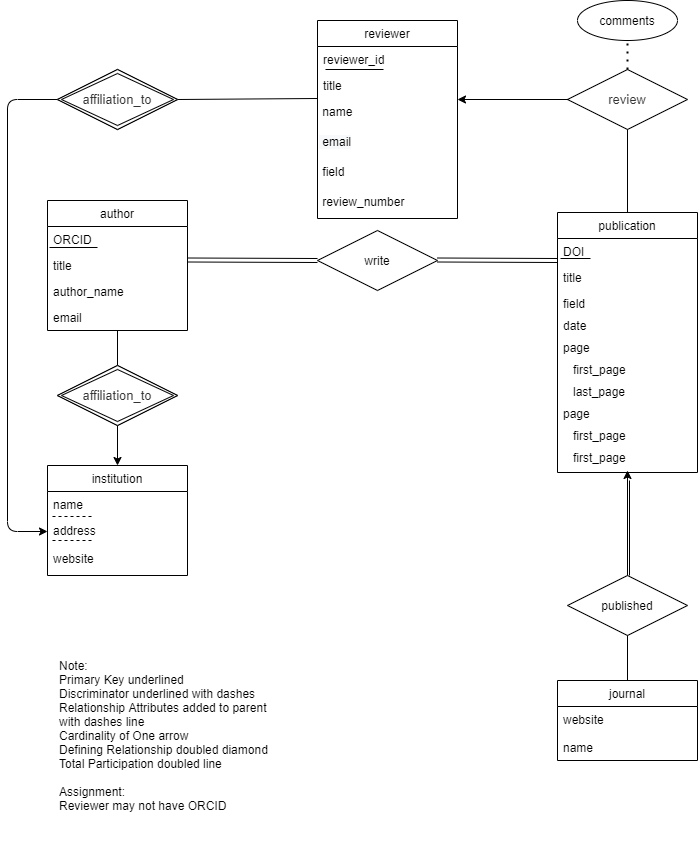
impulseoy/learnGit keeps this draw.io diagram as Untitled Diagram.png. Above is the earlier version. Source tidied: cells renumbered, new cells last; positions are measured from the earlier drawing's top-left corner, leaving out a move shared by most shapes.
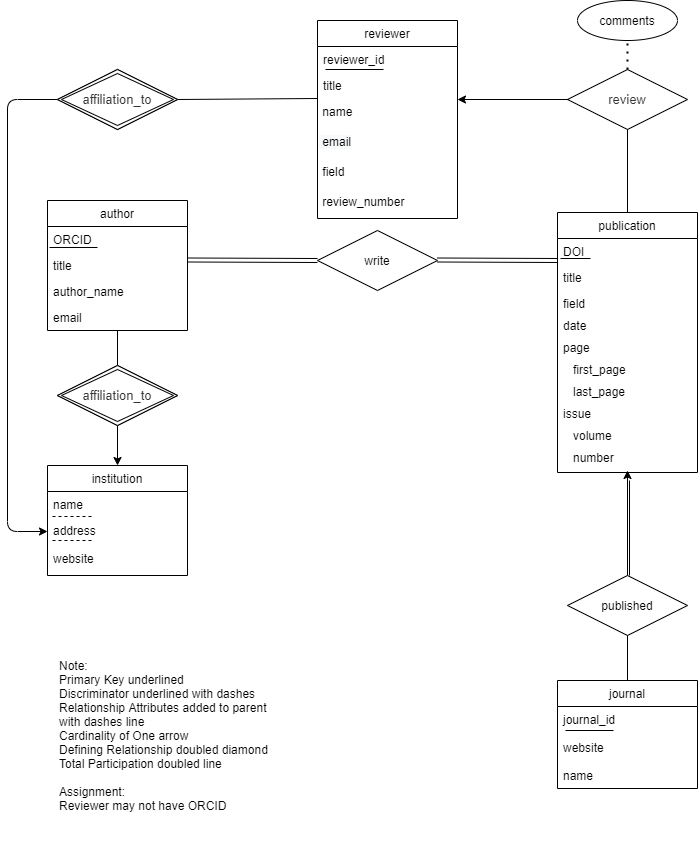
Above is the later version.

The edit, as a diff of the source:
```diff
@@ -32,13 +32,13 @@
     <mxCell id="10" value="   last_page" style="text;strokeColor=none;fillColor=none;align=left;verticalAlign=top;spacingLeft=4;spacingRight=4;overflow=hidden;" parent="2" vertex="1">
       <mxGeometry y="166" width="140" height="22" as="geometry" />
     </mxCell>
-    <mxCell id="11" value="page" style="text;strokeColor=none;fillColor=none;align=left;verticalAlign=top;spacingLeft=4;spacingRight=4;overflow=hidden;" parent="2" vertex="1">
+    <mxCell id="11" value="issue" style="text;strokeColor=none;fillColor=none;align=left;verticalAlign=top;spacingLeft=4;spacingRight=4;overflow=hidden;" parent="2" vertex="1">
       <mxGeometry y="188" width="140" height="22" as="geometry" />
     </mxCell>
-    <mxCell id="12" value="   first_page" style="text;strokeColor=none;fillColor=none;align=left;verticalAlign=top;spacingLeft=4;spacingRight=4;overflow=hidden;" parent="2" vertex="1">
+    <mxCell id="12" value="   volume" style="text;strokeColor=none;fillColor=none;align=left;verticalAlign=top;spacingLeft=4;spacingRight=4;overflow=hidden;" parent="2" vertex="1">
       <mxGeometry y="210" width="140" height="22" as="geometry" />
     </mxCell>
-    <mxCell id="13" value="   first_page" style="text;strokeColor=none;fillColor=none;align=left;verticalAlign=top;spacingLeft=4;spacingRight=4;overflow=hidden;" parent="2" vertex="1">
+    <mxCell id="13" value="   number" style="text;strokeColor=none;fillColor=none;align=left;verticalAlign=top;spacingLeft=4;spacingRight=4;overflow=hidden;" parent="2" vertex="1">
       <mxGeometry y="232" width="140" height="28" as="geometry" />
     </mxCell>
     <mxCell id="14" value="author" style="swimlane;fontStyle=0;horizontal=1;startSize=26;fillColor=none;" parent="1" vertex="1">
@@ -77,13 +77,22 @@
       </mxGeometry>
     </mxCell>
     <mxCell id="23" value="journal" style="swimlane;fontStyle=0;horizontal=1;startSize=26;fillColor=none;" parent="1" vertex="1">
-      <mxGeometry x="550" y="680" width="140" height="80" as="geometry" />
+      <mxGeometry x="550" y="680" width="140" height="108" as="geometry" />
     </mxCell>
+    <mxCell id="58" value="journal_id" style="text;strokeColor=none;fillColor=none;align=left;verticalAlign=top;spacingLeft=4;spacingRight=4;overflow=hidden;" parent="23" vertex="1">
+      <mxGeometry y="26" width="140" height="28" as="geometry" />
+    </mxCell>
+    <mxCell id="59" style="endArrow=none;html=1;" parent="23" edge="1">
+      <mxGeometry relative="1" as="geometry">
+        <mxPoint x="8" y="50" as="sourcePoint" />
+        <mxPoint x="56" y="50" as="targetPoint" />
+      </mxGeometry>
+    </mxCell>
     <mxCell id="24" value="website" style="text;strokeColor=none;fillColor=none;align=left;verticalAlign=top;spacingLeft=4;spacingRight=4;overflow=hidden;" parent="23" vertex="1">
-      <mxGeometry y="26" width="140" height="28" as="geometry" />
+      <mxGeometry y="54" width="140" height="28" as="geometry" />
     </mxCell>
     <mxCell id="25" value="name" style="text;strokeColor=none;fillColor=none;align=left;verticalAlign=top;spacingLeft=4;spacingRight=4;overflow=hidden;" parent="23" vertex="1">
-      <mxGeometry y="54" width="140" height="26" as="geometry" />
+      <mxGeometry y="82" width="140" height="26" as="geometry" />
     </mxCell>
     <mxCell id="26" value="institution" style="swimlane;fontStyle=0;horizontal=1;startSize=26;fillColor=none;" parent="1" vertex="1">
       <mxGeometry x="40" y="465" width="140" height="110" as="geometry" />
```
